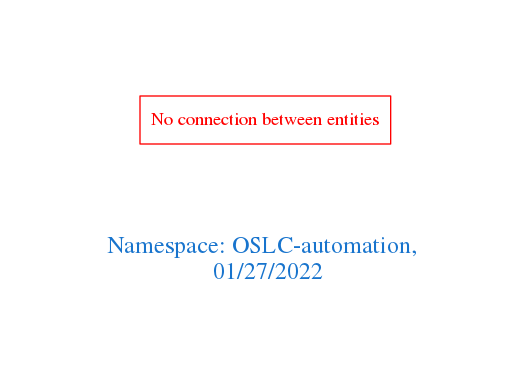
The Graphviz diagram downloads/OSLC-automation.png in arago/OGIT, before a commit. Its source is kept beside it as downloads/OSLC-automation.dot.
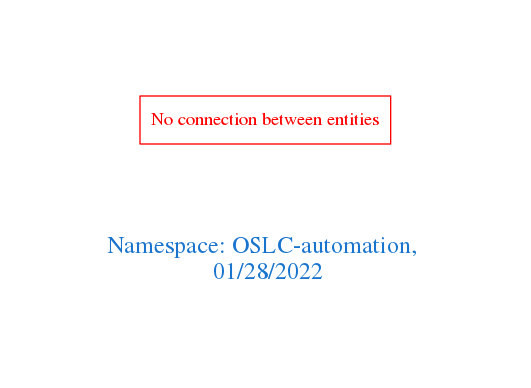
After the commit.

The edit, as a diff of the source:
```diff
@@ -1,7 +1,7 @@
 digraph OGIT_ontology {
  graph [ rankdir= LR,pad=1
 fontsize = 18,
-fontcolor= dodgerblue3,label = "\n\n\nNamespace: OSLC-automation, \n 01/27/2022"];
+fontcolor= dodgerblue3,label = "\n\n\nNamespace: OSLC-automation, \n 01/28/2022"];
 node[shape=polygon];
 edge [  color="gray81"];
 
```
